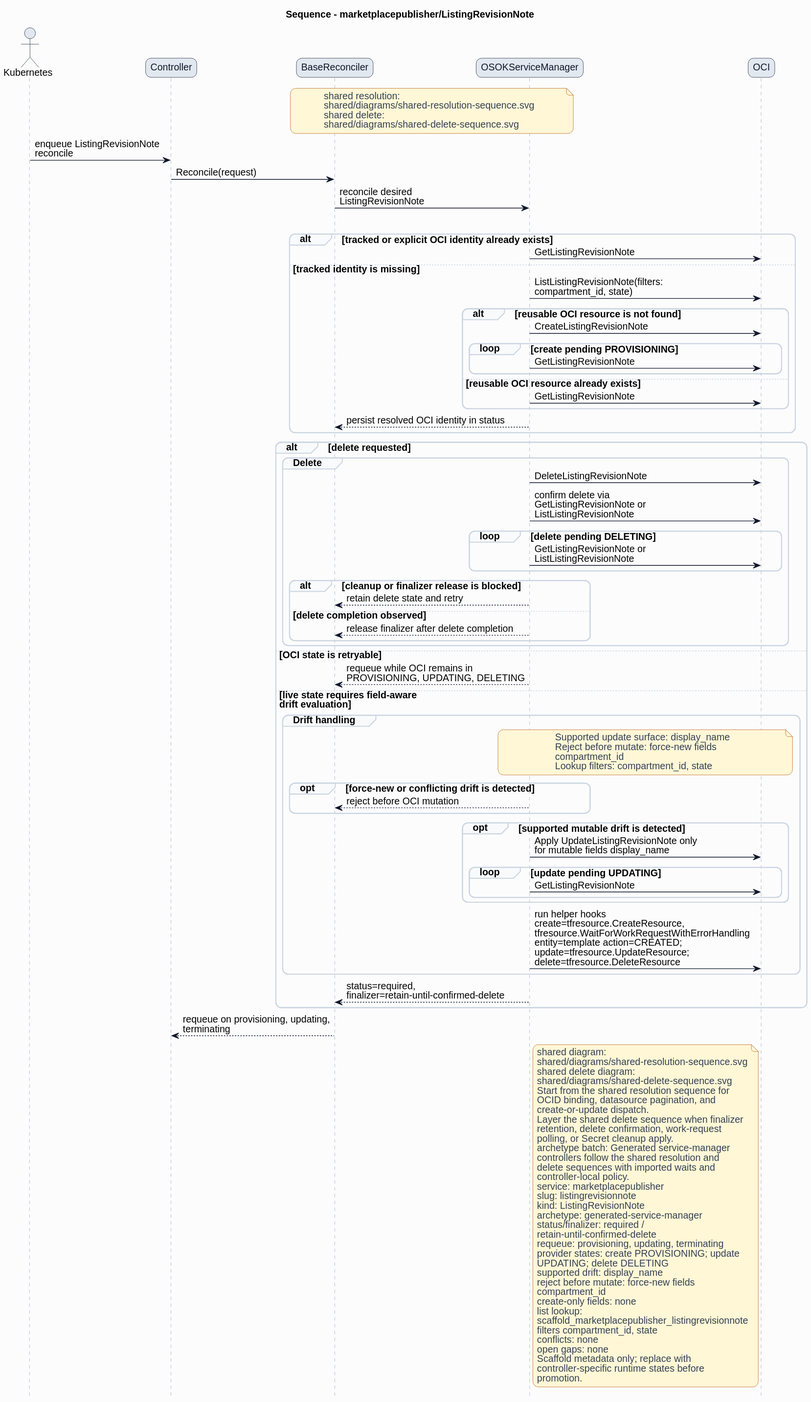
Earlier version of the PlantUML export formal/controllers/marketplacepublisher/listingrevisionnote/diagrams/sequence.svg (HaoyL666/oci-service-operator).
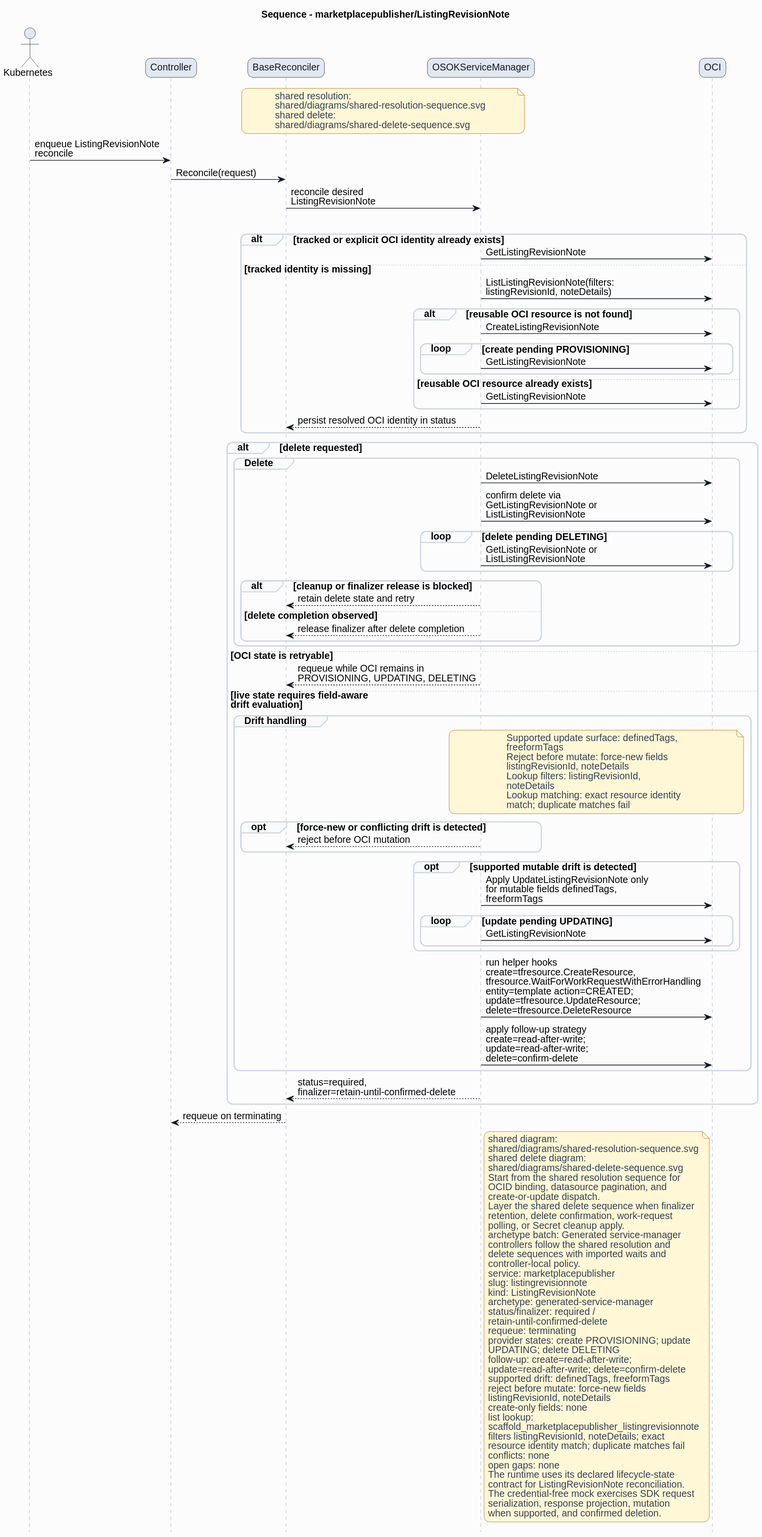
The same diagram one commit later.

What changed in the source:
```diff
@@ -38,7 +38,7 @@
 alt tracked or explicit OCI identity already exists
 ServiceManager -> OCI: GetListingRevisionNote
 else tracked identity is missing
-ServiceManager -> OCI: ListListingRevisionNote(filters:\ncompartment_id, state)
+ServiceManager -> OCI: ListListingRevisionNote(filters:\nlistingRevisionId, noteDetails)
 alt reusable OCI resource is not found
 ServiceManager -> OCI: CreateListingRevisionNote
 loop create pending PROVISIONING
@@ -67,25 +67,30 @@
 else live state requires field-aware\ndrift evaluation
 group Drift handling
 note over ServiceManager,OCI
-Supported update surface: display_name
+Supported update surface: definedTags,
+freeformTags
 Reject before mutate: force-new fields
-compartment_id
-Lookup filters: compartment_id, state
+listingRevisionId, noteDetails
+Lookup filters: listingRevisionId,
+noteDetails
+Lookup matching: exact resource identity
+match; duplicate matches fail
 end note
 opt force-new or conflicting drift is detected
 ServiceManager --> BaseReconciler: reject before OCI mutation
 end
 opt supported mutable drift is detected
-ServiceManager -> OCI: Apply UpdateListingRevisionNote only\nfor mutable fields display_name
+ServiceManager -> OCI: Apply UpdateListingRevisionNote only\nfor mutable fields definedTags,\nfreeformTags
 loop update pending UPDATING
 ServiceManager -> OCI: GetListingRevisionNote
 end
 end
 ServiceManager -> OCI: run helper hooks\ncreate=tfresource.CreateResource,\ntfresource.WaitForWorkRequestWithErrorHandling\nentity=template action=CREATED;\nupdate=tfresource.UpdateResource;\ndelete=tfresource.DeleteResource
+ServiceManager -> OCI: apply follow-up strategy\ncreate=read-after-write;\nupdate=read-after-write;\ndelete=confirm-delete
 end
 ServiceManager --> BaseReconciler: status=required,\nfinalizer=retain-until-confirmed-delete
 end
-BaseReconciler --> Controller: requeue on provisioning, updating,\nterminating
+BaseReconciler --> Controller: requeue on terminating
 note right of ServiceManager
 shared diagram:
 shared/diagrams/shared-resolution-sequence.svg
@@ -107,20 +112,25 @@
 archetype: generated-service-manager
 status/finalizer: required /
 retain-until-confirmed-delete
-requeue: provisioning, updating, terminating
+requeue: terminating
 provider states: create PROVISIONING; update
 UPDATING; delete DELETING
-supported drift: display_name
+follow-up: create=read-after-write;
+update=read-after-write; delete=confirm-delete
+supported drift: definedTags, freeformTags
 reject before mutate: force-new fields
-compartment_id
+listingRevisionId, noteDetails
 create-only fields: none
 list lookup:
 scaffold_marketplacepublisher_listingrevisionnote
-filters compartment_id, state
+filters listingRevisionId, noteDetails; exact
+resource identity match; duplicate matches fail
 conflicts: none
 open gaps: none
-Scaffold metadata only; replace with
-controller-specific runtime states before
-promotion.
+The runtime uses its declared lifecycle-state
+contract for ListingRevisionNote reconciliation.
+The credential-free mock exercises SDK request
+serialization, response projection, mutation
+when supported, and confirmed deletion.
 end note
 @enduml
```
